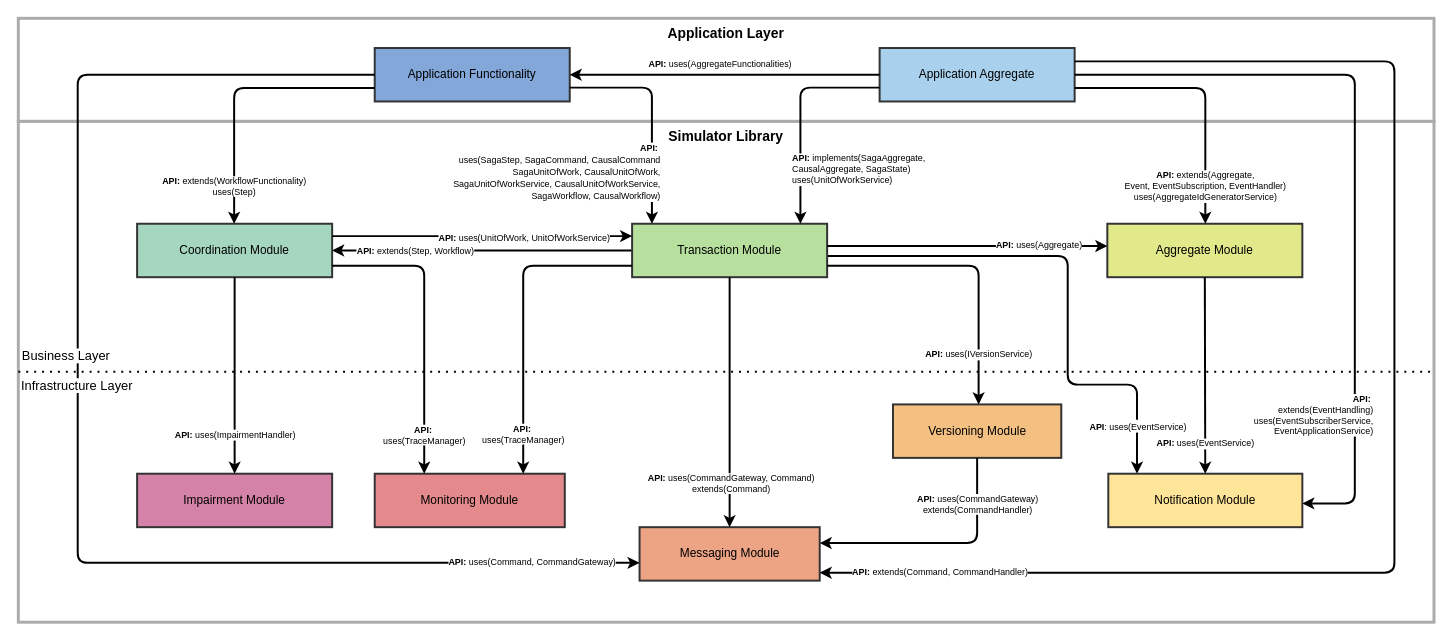
Before: data/figs/architecture/layers/layers_with_apis_extends_uses.drawio in socialsoftware/microservices-simulator, a draw.io diagram. Source tidied: cells renumbered, new cells numbered last; positions are measured from the earlier drawing's top-left corner, leaving out a move shared by most shapes. Both pictures are drawn from the tidied source at 99%, with x=0, y=0 at pixel (18, 18).
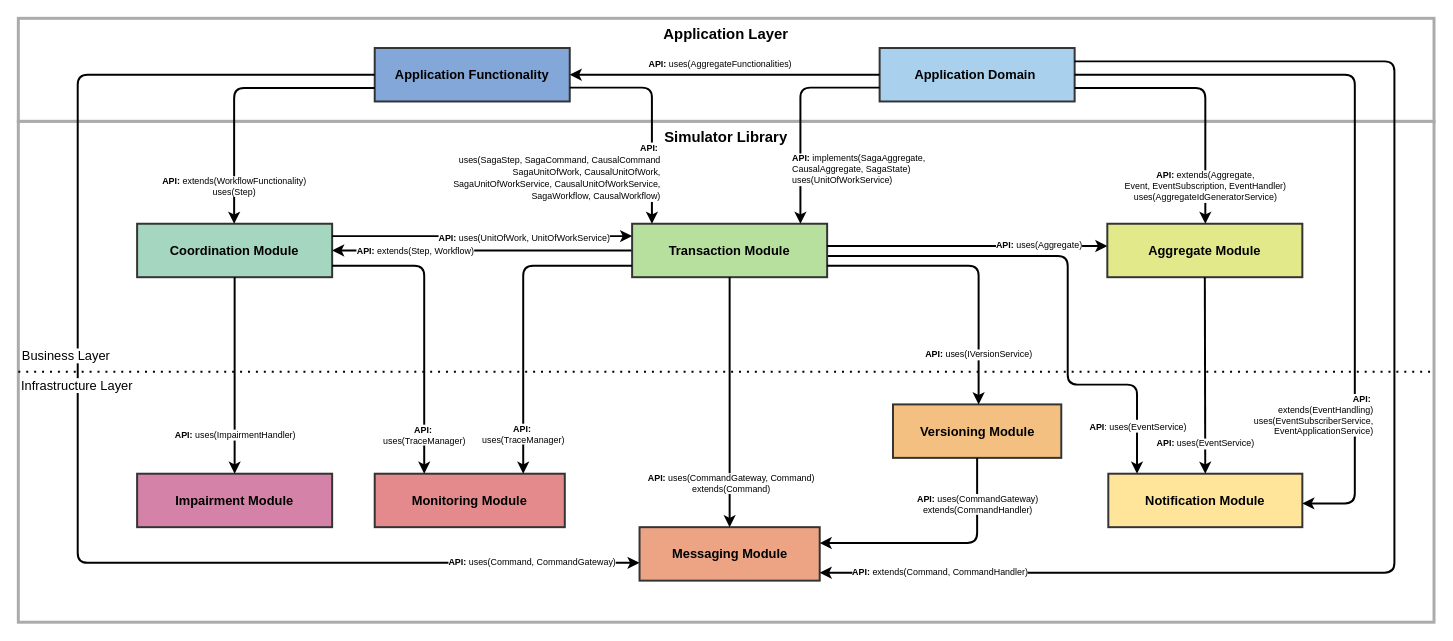
After the change.

What changed in the source:
```diff
@@
-    <mxCell id="2" value="Simulator Library" style="whiteSpace=wrap;strokeWidth=3;verticalAlign=top;textShadow=0;fontStyle=1;fillStyle=auto;fontSize=14;gradientColor=none;rounded=0;glass=0;shadow=0;labelBackgroundColor=none;labelBorderColor=none;strokeColor=#ABABAB;" parent="1" vertex="1">
+    <mxCell id="2" value="Simulator Library" style="whiteSpace=wrap;strokeWidth=3;verticalAlign=top;textShadow=0;fontStyle=1;fillStyle=auto;fontSize=15;gradientColor=none;rounded=0;glass=0;shadow=0;labelBackgroundColor=none;labelBorderColor=none;strokeColor=#ABABAB;" parent="1" vertex="1">
       <mxGeometry y="104" width="1430" height="506" as="geometry" />
     </mxCell>
-    <mxCell id="3" value="Application Layer" style="whiteSpace=wrap;strokeWidth=3;verticalAlign=top;fontStyle=1;fontSize=14;labelBorderColor=none;labelBackgroundColor=none;textShadow=0;strokeColor=light-dark(#ABABAB,#484848);" parent="1" vertex="1">
+    <mxCell id="3" value="Application Layer" style="whiteSpace=wrap;strokeWidth=3;verticalAlign=top;fontStyle=1;fontSize=15;labelBorderColor=none;labelBackgroundColor=none;textShadow=0;strokeColor=light-dark(#ABABAB,#484848);" parent="1" vertex="1">
       <mxGeometry width="1430" height="104" as="geometry" />
     </mxCell>
-    <mxCell id="4" value="Application Functionality" style="whiteSpace=wrap;strokeWidth=2;fillColor=#82A7D8;strokeColor=#333333;labelBackgroundColor=none;labelBorderColor=none;textShadow=0;" parent="1" vertex="1">
+    <mxCell id="4" value="Application Functionality" style="whiteSpace=wrap;strokeWidth=2;fillColor=#82A7D8;strokeColor=#333333;labelBackgroundColor=none;labelBorderColor=none;textShadow=0;fontSize=13;fontStyle=1;" parent="1" vertex="1">
       <mxGeometry x="360" y="30" width="197" height="54" as="geometry" />
     </mxCell>
-    <mxCell id="5" value="Application Aggregate" style="whiteSpace=wrap;strokeWidth=2;fillColor=#A9D1EE;strokeColor=#333333;labelBackgroundColor=none;labelBorderColor=none;textShadow=0;" parent="1" vertex="1">
+    <mxCell id="5" value="Application Domain " style="whiteSpace=wrap;strokeWidth=2;fillColor=#A9D1EE;strokeColor=#333333;labelBackgroundColor=none;labelBorderColor=none;textShadow=0;fontSize=13;fontStyle=1;" parent="1" vertex="1">
       <mxGeometry x="870" y="30" width="197" height="54" as="geometry" />
     </mxCell>
-    <mxCell id="6" value="Coordination Module" style="whiteSpace=wrap;strokeWidth=2;fillColor=#A5D6BF;strokeColor=#333333;labelBackgroundColor=none;labelBorderColor=none;textShadow=0;" parent="1" vertex="1">
+    <mxCell id="6" value="Coordination Module" style="whiteSpace=wrap;strokeWidth=2;fillColor=#A5D6BF;strokeColor=#333333;labelBackgroundColor=none;labelBorderColor=none;textShadow=0;fontSize=13;fontStyle=1;" parent="1" vertex="1">
       <mxGeometry x="120" y="207.5" width="197" height="54" as="geometry" />
     </mxCell>
@@
-    <mxCell id="11" value="Transaction Module" style="whiteSpace=wrap;strokeWidth=2;fillColor=#B7DF9E;strokeColor=#333333;labelBackgroundColor=none;labelBorderColor=none;textShadow=0;" parent="1" vertex="1">
+    <mxCell id="11" value="Transaction Module" style="whiteSpace=wrap;strokeWidth=2;fillColor=#B7DF9E;strokeColor=#333333;labelBackgroundColor=none;labelBorderColor=none;textShadow=0;fontSize=13;fontStyle=1;" parent="1" vertex="1">
       <mxGeometry x="620" y="207.5" width="197" height="54" as="geometry" />
     </mxCell>
-    <mxCell id="12" value="Aggregate Module" style="whiteSpace=wrap;strokeWidth=2;fillColor=#E1E98B;strokeColor=#333333;labelBackgroundColor=none;labelBorderColor=none;textShadow=0;" parent="1" vertex="1">
+    <mxCell id="12" value="Aggregate Module" style="whiteSpace=wrap;strokeWidth=2;fillColor=#E1E98B;strokeColor=#333333;labelBackgroundColor=none;labelBorderColor=none;textShadow=0;fontSize=13;fontStyle=1;" parent="1" vertex="1">
       <mxGeometry x="1100" y="207.5" width="197" height="54" as="geometry" />
     </mxCell>
-    <mxCell id="13" value="Monitoring Module" style="whiteSpace=wrap;strokeWidth=2;fillColor=#E58A8C;strokeColor=#333333;labelBackgroundColor=none;labelBorderColor=none;textShadow=0;" parent="1" vertex="1">
+    <mxCell id="13" value="Monitoring Module" style="whiteSpace=wrap;strokeWidth=2;fillColor=#E58A8C;strokeColor=#333333;labelBackgroundColor=none;labelBorderColor=none;textShadow=0;fontSize=13;fontStyle=1;" parent="1" vertex="1">
       <mxGeometry x="360" y="460" width="192" height="54" as="geometry" />
     </mxCell>
-    <mxCell id="14" value="Impairment Module" style="whiteSpace=wrap;strokeWidth=2;fillColor=#D482A8;strokeColor=#333333;labelBackgroundColor=none;labelBorderColor=none;textShadow=0;" parent="1" vertex="1">
+    <mxCell id="14" value="Impairment Module" style="whiteSpace=wrap;strokeWidth=2;fillColor=#D482A8;strokeColor=#333333;labelBackgroundColor=none;labelBorderColor=none;textShadow=0;fontSize=13;fontStyle=1;" parent="1" vertex="1">
       <mxGeometry x="120" y="460" width="197" height="54" as="geometry" />
     </mxCell>
-    <mxCell id="15" value="Versioning Module" style="whiteSpace=wrap;strokeWidth=2;fillColor=#F3C082;strokeColor=#333333;labelBackgroundColor=none;labelBorderColor=none;textShadow=0;" parent="1" vertex="1">
+    <mxCell id="15" value="Versioning Module" style="whiteSpace=wrap;strokeWidth=2;fillColor=#F3C082;strokeColor=#333333;labelBackgroundColor=none;labelBorderColor=none;textShadow=0;fontSize=13;fontStyle=1;" parent="1" vertex="1">
       <mxGeometry x="883.5" y="390" width="170" height="54" as="geometry" />
     </mxCell>
-    <mxCell id="16" value="Notification Module" style="whiteSpace=wrap;strokeWidth=2;fillColor=#FFE599;strokeColor=#333333;labelBackgroundColor=none;labelBorderColor=none;textShadow=0;" parent="1" vertex="1">
+    <mxCell id="16" value="Notification Module" style="whiteSpace=wrap;strokeWidth=2;fillColor=#FFE599;strokeColor=#333333;labelBackgroundColor=none;labelBorderColor=none;textShadow=0;fontSize=13;fontStyle=1;" parent="1" vertex="1">
       <mxGeometry x="1101" y="460" width="196" height="54" as="geometry" />
     </mxCell>
-    <mxCell id="17" value="Messaging Module" style="whiteSpace=wrap;strokeWidth=2;fillColor=#ECA485;strokeColor=#333333;labelBackgroundColor=none;labelBorderColor=none;textShadow=0;" parent="1" vertex="1">
+    <mxCell id="17" value="Messaging Module" style="whiteSpace=wrap;strokeWidth=2;fillColor=#ECA485;strokeColor=#333333;labelBackgroundColor=none;labelBorderColor=none;textShadow=0;fontSize=13;fontStyle=1;" parent="1" vertex="1">
       <mxGeometry x="627.5" y="514" width="182" height="54" as="geometry" />
     </mxCell>
```
